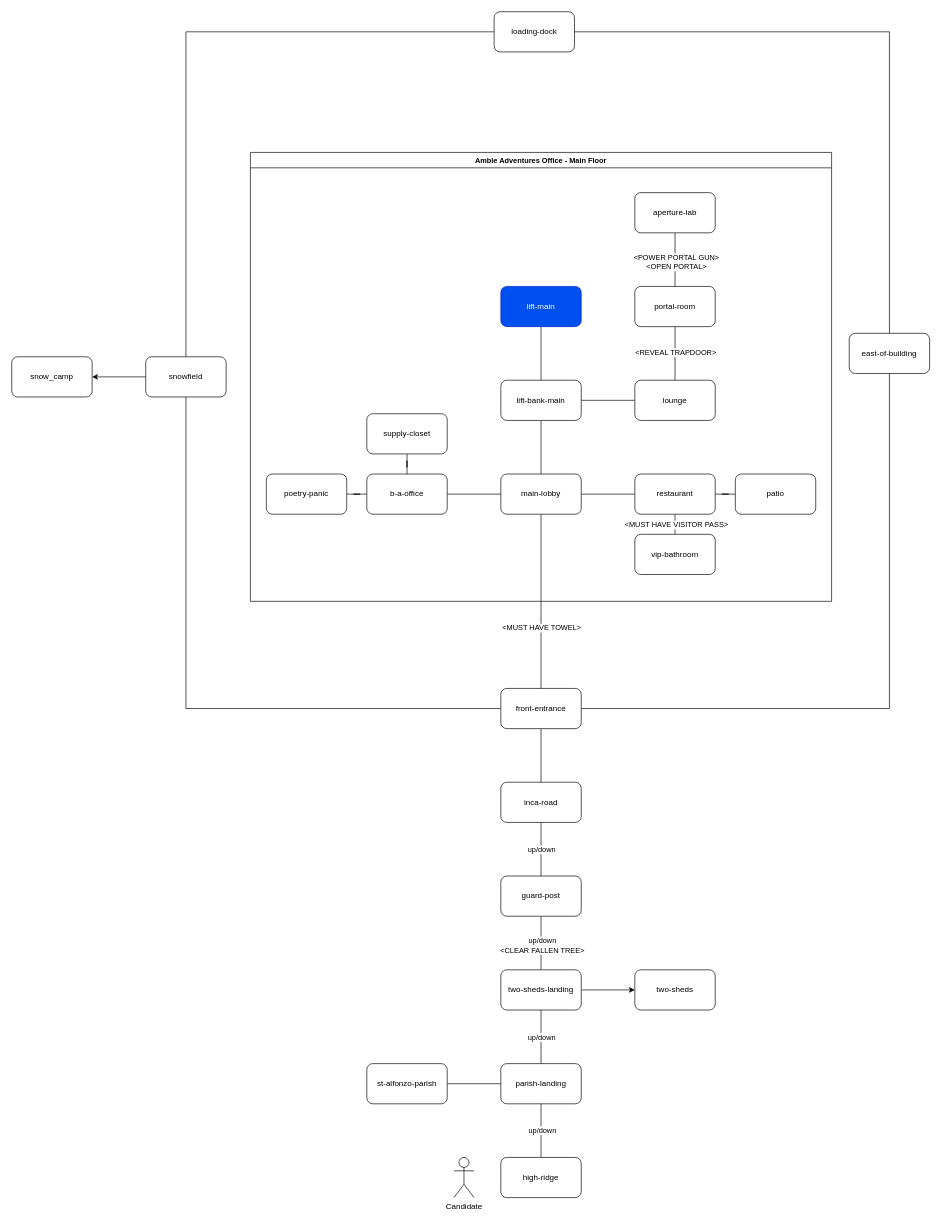
The draw.io diagram page "Exterior+Main Floor" (1 of 2) of amble_map.drawio in pygmy-twylyte/amble, before the edit. Source tidied: cells renumbered, new cells numbered last; positions are measured from the earlier drawing's top-left corner, leaving out a move shared by most shapes. Both pictures are drawn from the tidied source at 67%, with x=0, y=0 at pixel (11, 11).
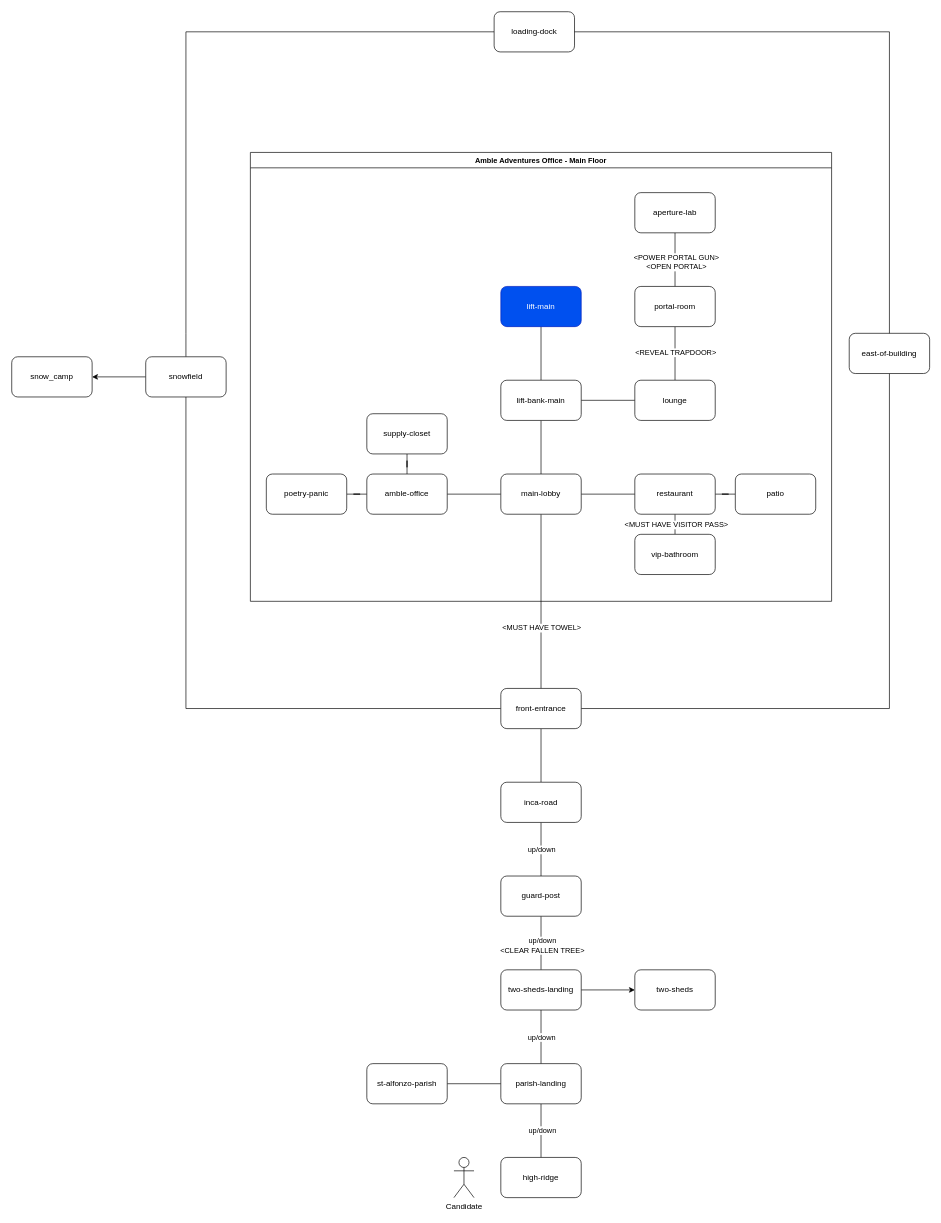
After the change.

Commit message:
changed b-a-office name

What changed in the source:
```diff
@@
-    <mxCell id="43" value="b-a-office" style="rounded=1;whiteSpace=wrap;html=1;" parent="1" vertex="1">
+    <mxCell id="43" value="amble-office" style="rounded=1;whiteSpace=wrap;html=1;" parent="1" vertex="1">
       <mxGeometry x="530" y="690" width="120" height="60" as="geometry" />
     </mxCell>
```
